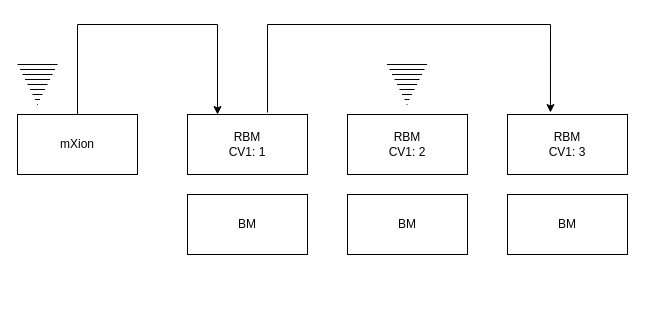
Before: rbm-setup.drawio in MaxWinther/rocrail, a draw.io diagram. Source tidied: cells renumbered, new cells numbered last; positions are measured from the earlier drawing's top-left corner, leaving out a move shared by most shapes. Both pictures are drawn from the tidied source at 100%, with x=0, y=0 at pixel (17, 24).
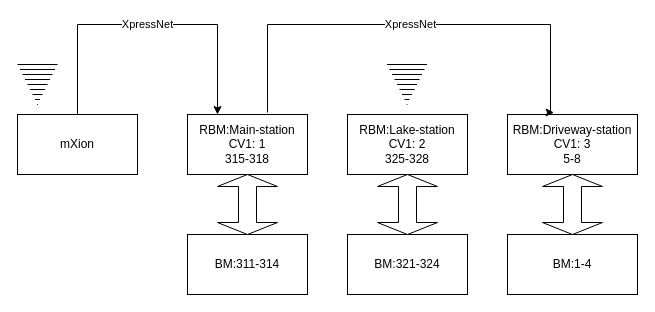
Above is the later version.

The change refers to these unchanged cells:
```xml
<mxCell id="3" value="mXion" style="rounded=0;whiteSpace=wrap;html=1;" parent="1" vertex="1">
  <mxGeometry y="90" width="120" height="60" as="geometry" />
</mxCell>
```

What changed in the source:
```diff
@@
-    <mxCell id="2" style="edgeStyle=orthogonalEdgeStyle;rounded=0;jettySize=auto;html=1;exitX=0.5;exitY=0;exitDx=0;exitDy=0;entryX=0.25;entryY=0;entryDx=0;entryDy=0;" parent="1" edge="1" source="3" target="4">
+    <mxCell id="2" value="XpressNet" style="edgeStyle=orthogonalEdgeStyle;rounded=0;jettySize=auto;html=1;exitX=0.5;exitY=0;exitDx=0;exitDy=0;entryX=0.25;entryY=0;entryDx=0;entryDy=0;" parent="1" edge="1" source="3" target="4">
       <mxGeometry relative="1" as="geometry">
         <Array as="points">
           <mxPoint x="60" />
           <mxPoint x="200" />
         </Array>
       </mxGeometry>
     </mxCell>
@@
-    <mxCell id="4" value="RBM&lt;br&gt;CV1: 1" style="rounded=0;whiteSpace=wrap;html=1;" parent="1" vertex="1">
+    <mxCell id="4" value="RBM:Main-station&lt;br&gt;CV1: 1&lt;br&gt;315-318" style="rounded=0;whiteSpace=wrap;html=1;" parent="1" vertex="1">
       <mxGeometry x="170" y="90" width="120" height="60" as="geometry" />
     </mxCell>
-    <mxCell id="5" value="RBM&lt;br&gt;CV1: 3" style="rounded=0;whiteSpace=wrap;html=1;" parent="1" vertex="1">
-      <mxGeometry x="490" y="90" width="120" height="60" as="geometry" />
+    <mxCell id="5" value="RBM:Driveway-station&lt;br&gt;CV1: 3&lt;br&gt;5-8" style="rounded=0;whiteSpace=wrap;html=1;" parent="1" vertex="1">
+      <mxGeometry x="490" y="90" width="130" height="60" as="geometry" />
     </mxCell>
-    <mxCell id="6" style="edgeStyle=orthogonalEdgeStyle;rounded=0;jettySize=auto;html=1;exitX=0.667;exitY=-0.033;exitDx=0;exitDy=0;entryX=0.358;entryY=-0.033;entryDx=0;entryDy=0;exitPerimeter=0;entryPerimeter=0;" parent="1" edge="1" source="4" target="5">
+    <mxCell id="6" value="XpressNet" style="edgeStyle=orthogonalEdgeStyle;rounded=0;jettySize=auto;html=1;exitX=0.667;exitY=-0.033;exitDx=0;exitDy=0;entryX=0.358;entryY=-0.033;entryDx=0;entryDy=0;exitPerimeter=0;entryPerimeter=0;" parent="1" edge="1" source="4" target="5">
       <mxGeometry relative="1" as="geometry">
         <Array as="points">
           <mxPoint x="250" />
           <mxPoint x="533" />
         </Array>
       </mxGeometry>
     </mxCell>
-    <mxCell id="7" value="RBM&lt;br&gt;CV1: 2" style="rounded=0;whiteSpace=wrap;html=1;" parent="1" vertex="1">
+    <mxCell id="7" value="RBM:Lake-station&lt;br&gt;CV1: 2&lt;br&gt;325-328" style="rounded=0;whiteSpace=wrap;html=1;" parent="1" vertex="1">
       <mxGeometry x="330" y="90" width="120" height="60" as="geometry" />
     </mxCell>
@@
-    <mxCell id="10" value="BM" style="rounded=0;whiteSpace=wrap;html=1;" parent="1" vertex="1">
-      <mxGeometry x="170" y="170" width="120" height="60" as="geometry" />
+    <mxCell id="10" value="BM:311-314" style="rounded=0;whiteSpace=wrap;html=1;" parent="1" vertex="1">
+      <mxGeometry x="170" y="210" width="120" height="60" as="geometry" />
     </mxCell>
-    <mxCell id="11" value="BM" style="rounded=0;whiteSpace=wrap;html=1;" parent="1" vertex="1">
-      <mxGeometry x="330" y="170" width="120" height="60" as="geometry" />
+    <mxCell id="11" value="BM:321-324" style="rounded=0;whiteSpace=wrap;html=1;" parent="1" vertex="1">
+      <mxGeometry x="330" y="210" width="120" height="60" as="geometry" />
     </mxCell>
-    <mxCell id="12" value="BM" style="rounded=0;whiteSpace=wrap;html=1;" parent="1" vertex="1">
-      <mxGeometry x="490" y="170" width="120" height="60" as="geometry" />
+    <mxCell id="12" value="BM:1-4" style="rounded=0;whiteSpace=wrap;html=1;" parent="1" vertex="1">
+      <mxGeometry x="490" y="210" width="130" height="60" as="geometry" />
     </mxCell>
+    <mxCell id="13" style="shape=doubleArrow;whiteSpace=wrap;html=1;direction=south;" parent="1" vertex="1">
+      <mxGeometry x="200" y="150" width="60" height="60" as="geometry" />
+    </mxCell>
+    <mxCell id="14" style="shape=doubleArrow;whiteSpace=wrap;html=1;direction=south;" parent="1" vertex="1">
+      <mxGeometry x="360" y="150" width="60" height="60" as="geometry" />
+    </mxCell>
+    <mxCell id="15" style="shape=doubleArrow;whiteSpace=wrap;html=1;direction=south;" parent="1" vertex="1">
+      <mxGeometry x="525" y="150" width="60" height="60" as="geometry" />
+    </mxCell>
```
